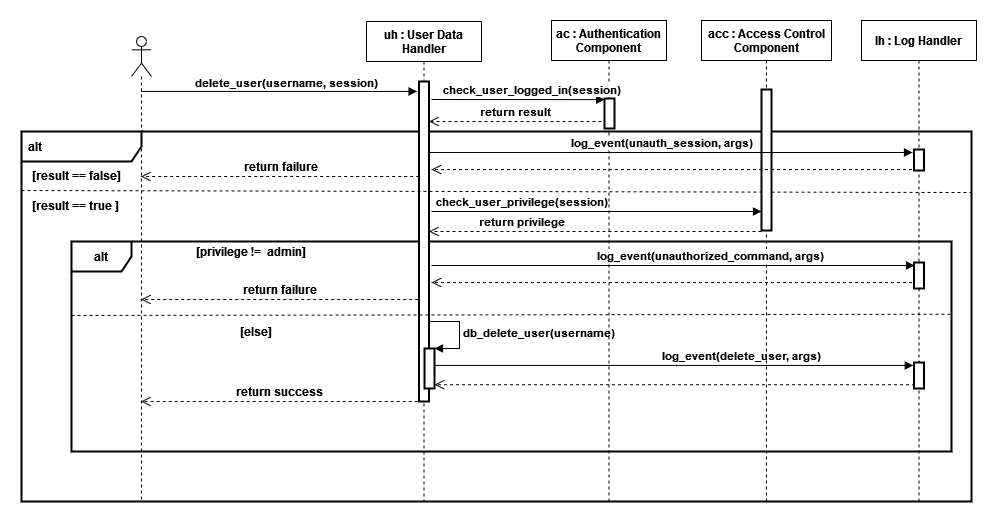
nemkrisz11/Computer-Security-Homework-2021-SHAjt keeps this draw.io diagram as Documentation/Sequence diagrams/Sequence_Delete_User.png. Above is the earlier version. Source tidied: cells renumbered, new cells last; positions are measured from the earlier drawing's top-left corner, leaving out a move shared by most shapes.
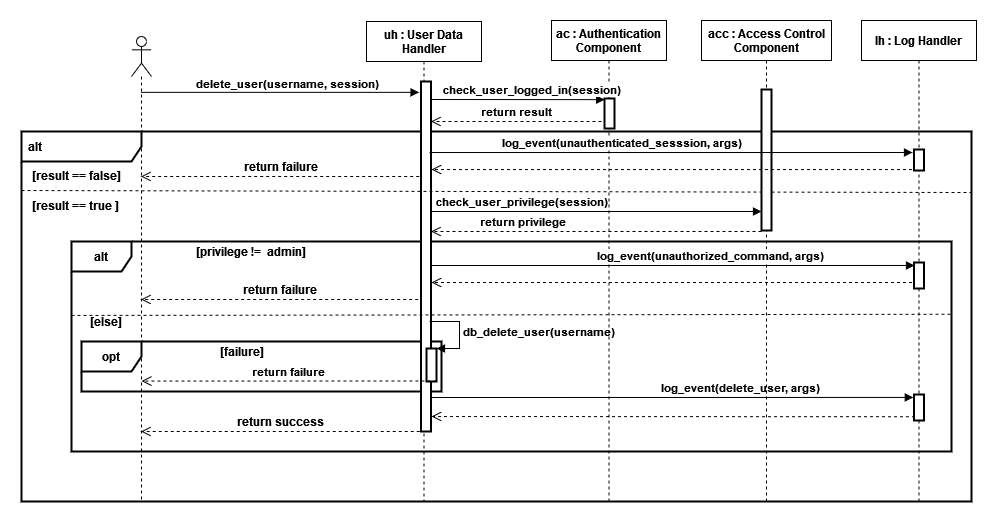
The same diagram one commit later.

The edit, as a diff of the source:
```diff
@@ -8,6 +8,9 @@
     <mxCell id="3" value="&lt;b&gt;alt&lt;/b&gt;" style="shape=umlFrame;whiteSpace=wrap;html=1;fontSize=12;strokeWidth=2;" parent="1" vertex="1">
       <mxGeometry x="50" y="221" width="880" height="210" as="geometry" />
     </mxCell>
+    <mxCell id="38" value="&lt;b&gt;opt&lt;/b&gt;" style="shape=umlFrame;whiteSpace=wrap;html=1;strokeWidth=2;" parent="1" vertex="1">
+      <mxGeometry x="60" y="321" width="360" height="50" as="geometry" />
+    </mxCell>
     <mxCell id="4" value="&lt;b&gt;check_user_privilege(session)&lt;/b&gt;" style="html=1;verticalAlign=bottom;endArrow=block;rounded=0;" parent="1" edge="1" target="33">
       <mxGeometry x="-0.46" relative="1" as="geometry">
         <mxPoint x="410" y="191" as="sourcePoint" />
@@ -17,10 +20,10 @@
       <mxGeometry x="345" y="1" width="115" height="480" as="geometry" />
     </mxCell>
     <mxCell id="6" style="points=[];perimeter=orthogonalPerimeter;rounded=0;shadow=0;strokeWidth=2;" parent="5" vertex="1">
-      <mxGeometry x="52.5" y="60" width="10" height="320" as="geometry" />
+      <mxGeometry x="54.5" y="60" width="10" height="350" as="geometry" />
     </mxCell>
     <mxCell id="7" style="html=1;points=[];perimeter=orthogonalPerimeter;fontSize=11;strokeWidth=2;" parent="5" vertex="1">
-      <mxGeometry x="58" y="327" width="10" height="40" as="geometry" />
+      <mxGeometry x="60" y="327" width="10" height="33" as="geometry" />
     </mxCell>
     <mxCell id="8" value="&lt;b&gt;db_delete_user(username)&lt;/b&gt;" style="edgeStyle=orthogonalEdgeStyle;html=1;align=left;spacingLeft=2;endArrow=block;rounded=0;entryX=1;entryY=0;fontSize=11;" parent="5" edge="1" target="7">
       <mxGeometry relative="1" as="geometry">
@@ -79,7 +82,7 @@
       <mxGeometry x="120" y="221" width="220" height="20" as="geometry" />
     </mxCell>
     <mxCell id="21" value="&lt;b&gt;[else]&lt;/b&gt;" style="text;html=1;strokeColor=none;fillColor=none;align=center;verticalAlign=middle;whiteSpace=wrap;rounded=0;fontSize=12;" parent="1" vertex="1">
-      <mxGeometry x="150" y="301" width="170" height="20" as="geometry" />
+      <mxGeometry y="291" width="170" height="20" as="geometry" />
     </mxCell>
     <mxCell id="22" style="endArrow=none;dashed=1;html=1;rounded=0;fontSize=12;endSize=6;strokeWidth=1;entryX=1;entryY=0.442;entryDx=0;entryDy=0;entryPerimeter=0;exitX=0;exitY=0.352;exitDx=0;exitDy=0;exitPerimeter=0;" parent="1" edge="1" source="3">
       <mxGeometry relative="1" as="geometry">
@@ -105,18 +108,18 @@
       <mxGeometry x="52.5" y="242" width="10" height="26" as="geometry" />
     </mxCell>
     <mxCell id="28" style="perimeter=orthogonalPerimeter;rounded=0;shadow=0;strokeWidth=2;" parent="25" vertex="1">
-      <mxGeometry x="52.5" y="342" width="10" height="26" as="geometry" />
+      <mxGeometry x="52.5" y="374" width="10" height="26" as="geometry" />
     </mxCell>
     <mxCell id="29" value="&lt;font style=&quot;font-size: 11px&quot;&gt;&lt;b&gt;log_event(delete_user, args)&lt;br&gt;&lt;/b&gt;&lt;/font&gt;" style="html=1;verticalAlign=bottom;endArrow=block;rounded=0;fontSize=12;endSize=6;strokeWidth=1;entryX=-0.071;entryY=-0.003;entryDx=0;entryDy=0;entryPerimeter=0;" parent="1" edge="1">
       <mxGeometry x="0.28" relative="1" as="geometry">
-        <mxPoint x="413" y="344.9" as="sourcePoint" />
-        <mxPoint x="891.8" y="344.9" as="targetPoint" />
+        <mxPoint x="410" y="377" as="sourcePoint" />
+        <mxPoint x="891.8" y="376.9" as="targetPoint" />
       </mxGeometry>
     </mxCell>
     <mxCell id="30" style="html=1;verticalAlign=bottom;endArrow=open;dashed=1;endSize=8;rounded=0;fontSize=12;strokeWidth=1;exitX=0.098;exitY=1.01;exitDx=0;exitDy=0;exitPerimeter=0;" parent="1" edge="1">
       <mxGeometry relative="1" as="geometry">
-        <mxPoint x="893.5" y="364.2" as="sourcePoint" />
-        <mxPoint x="413" y="364.2" as="targetPoint" />
+        <mxPoint x="893.5" y="396.2" as="sourcePoint" />
+        <mxPoint x="410" y="396" as="targetPoint" />
       </mxGeometry>
     </mxCell>
     <mxCell id="31" value="acc : Access Control&#10;Component" style="shape=umlLifeline;perimeter=lifelinePerimeter;rounded=0;shadow=0;strokeWidth=1;fontStyle=1;" parent="1" vertex="1">
@@ -142,8 +145,8 @@
         <mxPoint x="410" y="262" as="targetPoint" />
       </mxGeometry>
     </mxCell>
-    <mxCell id="36" value="&lt;font style=&quot;font-size: 11px&quot;&gt;&lt;b&gt;log_event(&lt;/b&gt;&lt;/font&gt;&lt;font style=&quot;font-size: 11px&quot;&gt;&lt;b&gt;unauth_session, args)&lt;br&gt;&lt;/b&gt;&lt;/font&gt;" style="html=1;verticalAlign=bottom;endArrow=block;rounded=0;fontSize=12;endSize=6;strokeWidth=1;entryX=0.05;entryY=0.007;entryDx=0;entryDy=0;entryPerimeter=0;" parent="1" edge="1">
-      <mxGeometry x="-0.04" relative="1" as="geometry">
+    <mxCell id="36" value="&lt;font style=&quot;font-size: 11px&quot;&gt;&lt;b&gt;log_event(&lt;/b&gt;&lt;/font&gt;&lt;font style=&quot;font-size: 11px&quot;&gt;&lt;b&gt;unauthenticated_sesssion&lt;/b&gt;&lt;/font&gt;&lt;font style=&quot;font-size: 11px&quot;&gt;&lt;b&gt;, args)&lt;br&gt;&lt;/b&gt;&lt;/font&gt;" style="html=1;verticalAlign=bottom;endArrow=block;rounded=0;fontSize=12;endSize=6;strokeWidth=1;entryX=0.05;entryY=0.007;entryDx=0;entryDy=0;entryPerimeter=0;" parent="1" edge="1">
+      <mxGeometry x="-0.2" relative="1" as="geometry">
         <mxPoint x="408" y="132" as="sourcePoint" />
         <mxPoint x="891" y="132" as="targetPoint" />
       </mxGeometry>
@@ -154,5 +157,13 @@
         <mxPoint x="410" y="149" as="targetPoint" />
       </mxGeometry>
     </mxCell>
+    <mxCell id="39" value="&lt;b&gt;[failure]&lt;/b&gt;" style="text;html=1;align=center;verticalAlign=middle;strokeColor=none;fillColor=none;" parent="1" vertex="1">
+      <mxGeometry x="190" y="321" width="60" height="20" as="geometry" />
+    </mxCell>
+    <mxCell id="40" value="&lt;b&gt;return failure&lt;br&gt;&lt;/b&gt;" style="html=1;verticalAlign=bottom;endArrow=open;dashed=1;endSize=8;rounded=0;edgeStyle=orthogonalEdgeStyle;strokeWidth=1;exitX=-0.007;exitY=0.661;exitDx=0;exitDy=0;exitPerimeter=0;entryX=0.5;entryY=0.741;entryDx=0;entryDy=0;entryPerimeter=0;" parent="1" edge="1" target="9">
+      <mxGeometry relative="1" as="geometry">
+        <mxPoint x="414.9" y="360.5" as="sourcePoint" />
+      </mxGeometry>
+    </mxCell>
   </root>
 </mxGraphModel>
```
